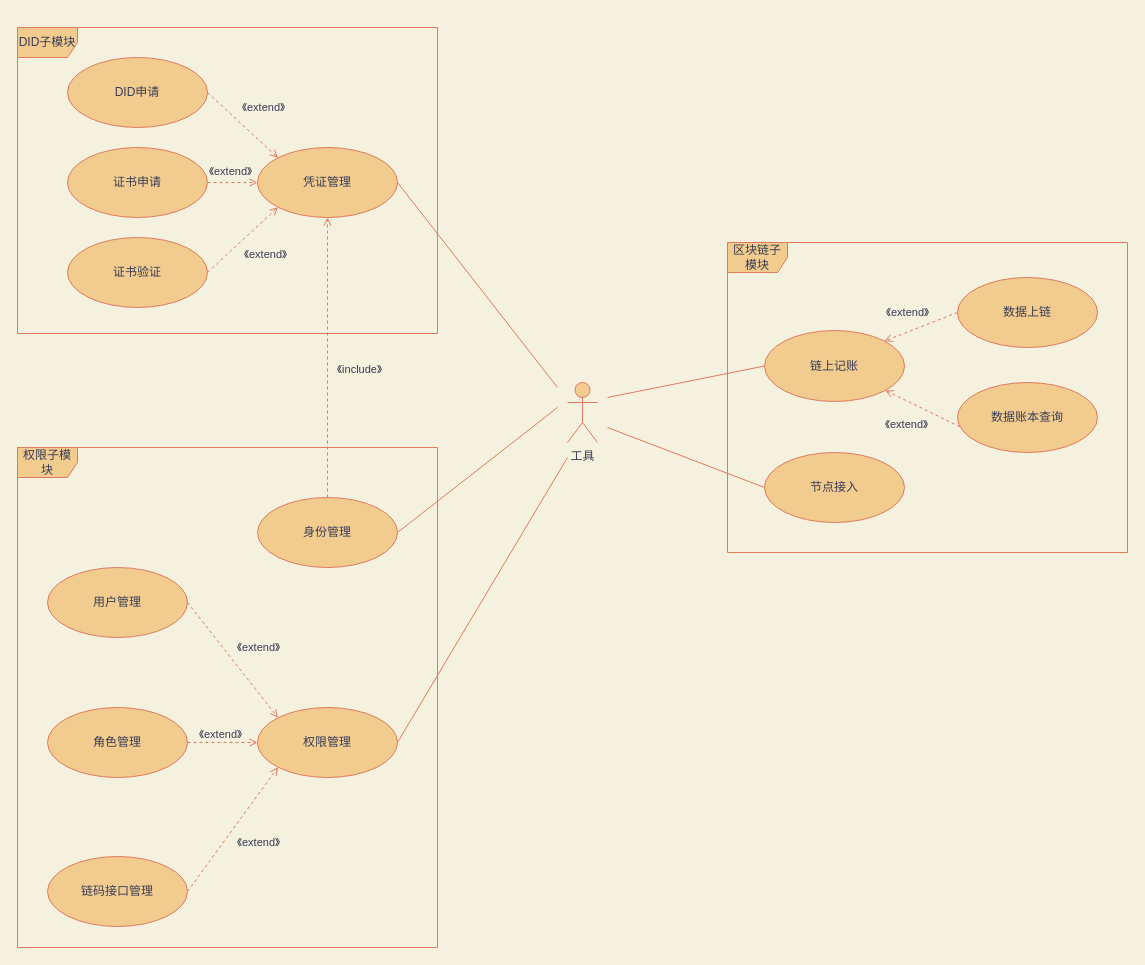
This is 用例图.drawio from doubleBeans/doubleBeans, a draw.io file, before an edit. Source tidied: cells renumbered, new cells numbered last; positions are measured from the earlier drawing's top-left corner, leaving out a move shared by most shapes. Both pictures are drawn from the tidied source at 100%, with x=0, y=0 at pixel (17, 27).
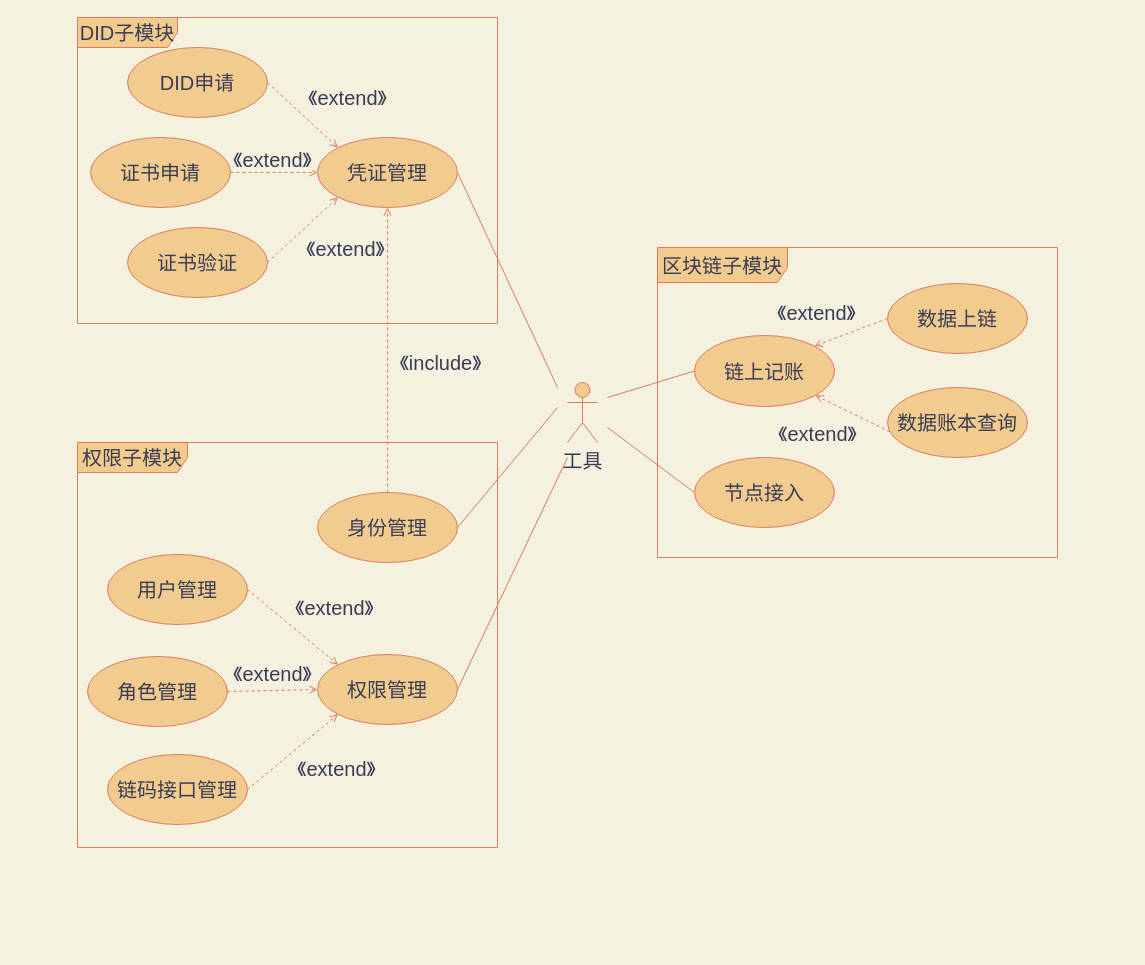
After the change.

Change to the diagram source:
```diff
@@
-    <mxCell id="2" value="DID子模块" style="shape=umlFrame;whiteSpace=wrap;html=1;fillColor=#F2CC8F;strokeColor=#E07A5F;fontColor=#393C56;" parent="1" vertex="1">
-      <mxGeometry width="420" height="306" as="geometry" />
+    <mxCell id="2" value="DID子模块" style="shape=umlFrame;whiteSpace=wrap;html=1;fillColor=#F2CC8F;strokeColor=#E07A5F;fontColor=#393C56;fontSize=20;width=100;height=30;" parent="1" vertex="1">
+      <mxGeometry x="60" y="-10" width="420" height="306" as="geometry" />
     </mxCell>
-    <mxCell id="3" value="DID申请" style="ellipse;whiteSpace=wrap;html=1;fillColor=#F2CC8F;strokeColor=#E07A5F;fontColor=#393C56;" parent="1" vertex="1">
-      <mxGeometry x="50" y="30" width="140" height="70" as="geometry" />
+    <mxCell id="3" value="DID申请" style="ellipse;whiteSpace=wrap;html=1;fillColor=#F2CC8F;strokeColor=#E07A5F;fontColor=#393C56;fontSize=20;" parent="1" vertex="1">
+      <mxGeometry x="110" y="20" width="140" height="70" as="geometry" />
     </mxCell>
-    <mxCell id="4" value="证书验证" style="ellipse;whiteSpace=wrap;html=1;fillColor=#F2CC8F;strokeColor=#E07A5F;fontColor=#393C56;" parent="1" vertex="1">
-      <mxGeometry x="50" y="210" width="140" height="70" as="geometry" />
+    <mxCell id="4" value="证书验证" style="ellipse;whiteSpace=wrap;html=1;fillColor=#F2CC8F;strokeColor=#E07A5F;fontColor=#393C56;fontSize=20;" parent="1" vertex="1">
+      <mxGeometry x="110" y="200" width="140" height="70" as="geometry" />
     </mxCell>
-    <mxCell id="5" style="endArrow=open;html=1;rounded=0;dashed=1;exitX=1;exitY=0.5;exitDx=0;exitDy=0;endFill=0;labelBackgroundColor=#F4F1DE;strokeColor=#E07A5F;fontColor=#393C56;" parent="1" edge="1" source="35" target="36">
+    <mxCell id="5" style="endArrow=open;html=1;rounded=0;dashed=1;exitX=1;exitY=0.5;exitDx=0;exitDy=0;endFill=0;labelBackgroundColor=#F4F1DE;strokeColor=#E07A5F;fontColor=#393C56;fontSize=20;" parent="1" edge="1" source="35" target="36">
       <mxGeometry relative="1" as="geometry" />
     </mxCell>
-    <mxCell id="6" value="《extend》" style="edgeLabel;html=1;align=center;verticalAlign=middle;labelBackgroundColor=#F4F1DE;fontColor=#393C56;" parent="5" vertex="1">
+    <mxCell id="6" value="《extend》" style="edgeLabel;html=1;align=center;verticalAlign=middle;labelBackgroundColor=#F4F1DE;fontColor=#393C56;fontSize=20;" parent="5" vertex="1">
       <mxGeometry x="-0.48" y="1" relative="1" as="geometry">
-        <mxPoint x="9" y="-11" as="offset" />
+        <mxPoint x="18" y="-13" as="offset" />
       </mxGeometry>
     </mxCell>
-    <mxCell id="7" value="权限子模块" style="shape=umlFrame;whiteSpace=wrap;html=1;fillColor=#F2CC8F;strokeColor=#E07A5F;fontColor=#393C56;" parent="1" vertex="1">
-      <mxGeometry y="420" width="420" height="500" as="geometry" />
+    <mxCell id="7" value="权限子模块" style="shape=umlFrame;whiteSpace=wrap;html=1;fillColor=#F2CC8F;strokeColor=#E07A5F;fontColor=#393C56;fontSize=20;width=110;height=30;" parent="1" vertex="1">
+      <mxGeometry x="60" y="415" width="420" height="405" as="geometry" />
     </mxCell>
-    <mxCell id="8" value="身份管理" style="ellipse;whiteSpace=wrap;html=1;fillColor=#F2CC8F;strokeColor=#E07A5F;fontColor=#393C56;" parent="1" vertex="1">
-      <mxGeometry x="240" y="470" width="140" height="70" as="geometry" />
+    <mxCell id="8" value="身份管理" style="ellipse;whiteSpace=wrap;html=1;fillColor=#F2CC8F;strokeColor=#E07A5F;fontColor=#393C56;fontSize=20;" parent="1" vertex="1">
+      <mxGeometry x="300" y="465" width="140" height="70" as="geometry" />
     </mxCell>
-    <mxCell id="9" value="权限管理" style="ellipse;whiteSpace=wrap;html=1;fillColor=#F2CC8F;strokeColor=#E07A5F;fontColor=#393C56;" parent="1" vertex="1">
-      <mxGeometry x="240" y="680" width="140" height="70" as="geometry" />
-    </mxCell>
-    <mxCell id="10" value="工具" style="shape=umlActor;verticalLabelPosition=bottom;verticalAlign=top;html=1;fillColor=#F2CC8F;strokeColor=#E07A5F;fontColor=#393C56;" parent="1" vertex="1">
+    <mxCell id="10" value="工具" style="shape=umlActor;verticalLabelPosition=bottom;verticalAlign=top;html=1;fillColor=#F2CC8F;strokeColor=#E07A5F;fontColor=#393C56;fontSize=20;" parent="1" vertex="1">
       <mxGeometry x="550" y="355" width="30" height="60" as="geometry" />
     </mxCell>
-    <mxCell id="11" value="区块链子模块" style="shape=umlFrame;whiteSpace=wrap;html=1;fillColor=#F2CC8F;strokeColor=#E07A5F;fontColor=#393C56;" parent="1" vertex="1">
-      <mxGeometry x="710" y="215" width="400" height="310" as="geometry" />
+    <mxCell id="11" value="区块链子模块" style="shape=umlFrame;whiteSpace=wrap;html=1;fillColor=#F2CC8F;strokeColor=#E07A5F;fontColor=#393C56;fontSize=20;width=130;height=35;" parent="1" vertex="1">
+      <mxGeometry x="640" y="220" width="400" height="310" as="geometry" />
     </mxCell>
-    <mxCell id="12" value="链上记账" style="ellipse;whiteSpace=wrap;html=1;fillColor=#F2CC8F;strokeColor=#E07A5F;fontColor=#393C56;" parent="1" vertex="1">
-      <mxGeometry x="747" y="303" width="140" height="71" as="geometry" />
+    <mxCell id="12" value="链上记账" style="ellipse;whiteSpace=wrap;html=1;fillColor=#F2CC8F;strokeColor=#E07A5F;fontColor=#393C56;fontSize=20;" parent="1" vertex="1">
+      <mxGeometry x="677" y="308" width="140" height="71" as="geometry" />
     </mxCell>
-    <mxCell id="13" value="节点接入" style="ellipse;whiteSpace=wrap;html=1;fillColor=#F2CC8F;strokeColor=#E07A5F;fontColor=#393C56;" parent="1" vertex="1">
-      <mxGeometry x="747" y="425" width="140" height="70" as="geometry" />
+    <mxCell id="13" value="节点接入" style="ellipse;whiteSpace=wrap;html=1;fillColor=#F2CC8F;strokeColor=#E07A5F;fontColor=#393C56;fontSize=20;" parent="1" vertex="1">
+      <mxGeometry x="677" y="430" width="140" height="70" as="geometry" />
     </mxCell>
-    <mxCell id="14" value="数据上链" style="ellipse;whiteSpace=wrap;html=1;fillColor=#F2CC8F;strokeColor=#E07A5F;fontColor=#393C56;" parent="1" vertex="1">
-      <mxGeometry x="940" y="250" width="140" height="70" as="geometry" />
+    <mxCell id="14" value="数据上链" style="ellipse;whiteSpace=wrap;html=1;fillColor=#F2CC8F;strokeColor=#E07A5F;fontColor=#393C56;fontSize=20;" parent="1" vertex="1">
+      <mxGeometry x="870" y="256" width="140" height="70" as="geometry" />
     </mxCell>
-    <mxCell id="15" value="数据账本查询" style="ellipse;whiteSpace=wrap;html=1;fillColor=#F2CC8F;strokeColor=#E07A5F;fontColor=#393C56;" parent="1" vertex="1">
-      <mxGeometry x="940" y="355" width="140" height="70" as="geometry" />
+    <mxCell id="15" value="数据账本查询" style="ellipse;whiteSpace=wrap;html=1;fillColor=#F2CC8F;strokeColor=#E07A5F;fontColor=#393C56;fontSize=20;" parent="1" vertex="1">
+      <mxGeometry x="870" y="360" width="140" height="70" as="geometry" />
     </mxCell>
-    <mxCell id="16" style="endArrow=open;html=1;rounded=0;dashed=1;exitX=0;exitY=0.5;exitDx=0;exitDy=0;entryX=1;entryY=0;entryDx=0;entryDy=0;endFill=0;labelBackgroundColor=#F4F1DE;strokeColor=#E07A5F;fontColor=#393C56;" parent="1" edge="1" source="14" target="12">
+    <mxCell id="16" style="endArrow=open;html=1;rounded=0;dashed=1;exitX=0;exitY=0.5;exitDx=0;exitDy=0;entryX=1;entryY=0;entryDx=0;entryDy=0;endFill=0;labelBackgroundColor=#F4F1DE;strokeColor=#E07A5F;fontColor=#393C56;fontSize=20;" parent="1" edge="1" source="14" target="12">
       <mxGeometry relative="1" as="geometry" />
     </mxCell>
-    <mxCell id="17" value="《extend》" style="edgeLabel;html=1;align=center;verticalAlign=middle;labelBackgroundColor=#F4F1DE;fontColor=#393C56;" parent="16" vertex="1">
+    <mxCell id="17" value="《extend》" style="edgeLabel;html=1;align=center;verticalAlign=middle;labelBackgroundColor=#F4F1DE;fontColor=#393C56;fontSize=20;" parent="16" vertex="1">
       <mxGeometry x="-0.37" y="1" relative="1" as="geometry">
-        <mxPoint x="-28" y="-11" as="offset" />
+        <mxPoint x="-48" y="-16" as="offset" />
       </mxGeometry>
     </mxCell>
-    <mxCell id="18" style="endArrow=open;html=1;rounded=0;dashed=1;exitX=0.017;exitY=0.633;exitDx=0;exitDy=0;exitPerimeter=0;endFill=0;labelBackgroundColor=#F4F1DE;strokeColor=#E07A5F;fontColor=#393C56;" parent="1" edge="1" source="15" target="12">
+    <mxCell id="18" style="endArrow=open;html=1;rounded=0;dashed=1;exitX=0.017;exitY=0.633;exitDx=0;exitDy=0;exitPerimeter=0;endFill=0;labelBackgroundColor=#F4F1DE;strokeColor=#E07A5F;fontColor=#393C56;fontSize=20;" parent="1" edge="1" source="15" target="12">
       <mxGeometry relative="1" as="geometry" />
     </mxCell>
-    <mxCell id="19" value="《extend》" style="edgeLabel;html=1;align=center;verticalAlign=middle;labelBackgroundColor=#F4F1DE;fontColor=#393C56;" parent="18" vertex="1">
+    <mxCell id="19" value="《extend》" style="edgeLabel;html=1;align=center;verticalAlign=middle;labelBackgroundColor=#F4F1DE;fontColor=#393C56;fontSize=20;" parent="18" vertex="1">
       <mxGeometry x="-0.42" y="3" relative="1" as="geometry">
-        <mxPoint x="-31" y="5" as="offset" />
+        <mxPoint x="-50" y="9" as="offset" />
       </mxGeometry>
     </mxCell>
-    <mxCell id="20" style="endArrow=none;html=1;rounded=0;entryX=0;entryY=0.5;entryDx=0;entryDy=0;labelBackgroundColor=#F4F1DE;strokeColor=#E07A5F;fontColor=#393C56;" parent="1" edge="1" target="12">
+    <mxCell id="20" style="endArrow=none;html=1;rounded=0;entryX=0;entryY=0.5;entryDx=0;entryDy=0;labelBackgroundColor=#F4F1DE;strokeColor=#E07A5F;fontColor=#393C56;fontSize=20;" parent="1" edge="1" target="12">
       <mxGeometry relative="1" as="geometry">
         <mxPoint x="590" y="370" as="sourcePoint" />
       </mxGeometry>
     </mxCell>
-    <mxCell id="21" style="endArrow=none;html=1;rounded=0;entryX=0;entryY=0.5;entryDx=0;entryDy=0;labelBackgroundColor=#F4F1DE;strokeColor=#E07A5F;fontColor=#393C56;" parent="1" edge="1" target="13">
+    <mxCell id="21" style="endArrow=none;html=1;rounded=0;entryX=0;entryY=0.5;entryDx=0;entryDy=0;labelBackgroundColor=#F4F1DE;strokeColor=#E07A5F;fontColor=#393C56;fontSize=20;" parent="1" edge="1" target="13">
       <mxGeometry relative="1" as="geometry">
         <mxPoint x="590" y="400" as="sourcePoint" />
       </mxGeometry>
     </mxCell>
-    <mxCell id="22" style="endArrow=none;html=1;rounded=0;exitX=1;exitY=0.5;exitDx=0;exitDy=0;labelBackgroundColor=#F4F1DE;strokeColor=#E07A5F;fontColor=#393C56;" parent="1" edge="1" source="36">
+    <mxCell id="22" style="endArrow=none;html=1;rounded=0;exitX=1;exitY=0.5;exitDx=0;exitDy=0;labelBackgroundColor=#F4F1DE;strokeColor=#E07A5F;fontColor=#393C56;fontSize=20;" parent="1" edge="1" source="36">
       <mxGeometry relative="1" as="geometry">
         <mxPoint x="540" y="360" as="targetPoint" />
       </mxGeometry>
     </mxCell>
-    <mxCell id="23" style="endArrow=none;html=1;rounded=0;exitX=1;exitY=0.5;exitDx=0;exitDy=0;labelBackgroundColor=#F4F1DE;strokeColor=#E07A5F;fontColor=#393C56;" parent="1" edge="1" source="8">
+    <mxCell id="23" style="endArrow=none;html=1;rounded=0;exitX=1;exitY=0.5;exitDx=0;exitDy=0;labelBackgroundColor=#F4F1DE;strokeColor=#E07A5F;fontColor=#393C56;fontSize=20;" parent="1" edge="1" source="8">
       <mxGeometry relative="1" as="geometry">
         <mxPoint x="540" y="380" as="targetPoint" />
       </mxGeometry>
     </mxCell>
-    <mxCell id="24" style="endArrow=none;html=1;rounded=0;exitX=1;exitY=0.5;exitDx=0;exitDy=0;labelBackgroundColor=#F4F1DE;strokeColor=#E07A5F;fontColor=#393C56;" parent="1" edge="1" source="9">
+    <mxCell id="24" style="endArrow=none;html=1;rounded=0;exitX=1;exitY=0.5;exitDx=0;exitDy=0;labelBackgroundColor=#F4F1DE;strokeColor=#E07A5F;fontColor=#393C56;fontSize=20;" parent="1" edge="1" source="9">
       <mxGeometry relative="1" as="geometry">
         <mxPoint x="550" y="430" as="targetPoint" />
       </mxGeometry>
     </mxCell>
+    <mxCell id="27" value="用户管理" style="ellipse;whiteSpace=wrap;html=1;fillColor=#F2CC8F;strokeColor=#E07A5F;fontColor=#393C56;fontSize=20;" parent="1" vertex="1">
+      <mxGeometry x="90" y="527" width="140" height="70" as="geometry" />
+    </mxCell>
+    <mxCell id="33" style="endArrow=open;html=1;rounded=0;dashed=1;exitX=1;exitY=0.5;exitDx=0;exitDy=0;entryX=0;entryY=1;entryDx=0;entryDy=0;endFill=0;labelBackgroundColor=#F4F1DE;strokeColor=#E07A5F;fontColor=#393C56;fontSize=20;" parent="1" edge="1" source="41" target="9">
+      <mxGeometry relative="1" as="geometry" />
+    </mxCell>
+    <mxCell id="34" value="《extend》" style="edgeLabel;html=1;align=center;verticalAlign=middle;labelBackgroundColor=#F4F1DE;fontColor=#393C56;fontSize=20;" parent="33" vertex="1">
+      <mxGeometry x="-0.56" y="-1" relative="1" as="geometry">
+        <mxPoint x="68" y="-6" as="offset" />
+      </mxGeometry>
+    </mxCell>
+    <mxCell id="35" value="证书申请" style="ellipse;whiteSpace=wrap;html=1;fillColor=#F2CC8F;strokeColor=#E07A5F;fontColor=#393C56;fontSize=20;" parent="1" vertex="1">
+      <mxGeometry x="73" y="110" width="140" height="70" as="geometry" />
+    </mxCell>
+    <mxCell id="36" value="凭证管理" style="ellipse;whiteSpace=wrap;html=1;fillColor=#F2CC8F;strokeColor=#E07A5F;fontColor=#393C56;fontSize=20;" parent="1" vertex="1">
+      <mxGeometry x="300" y="110" width="140" height="70" as="geometry" />
+    </mxCell>
+    <mxCell id="39" style="endArrow=open;html=1;rounded=0;dashed=1;exitX=1;exitY=0.5;exitDx=0;exitDy=0;entryX=0;entryY=1;entryDx=0;entryDy=0;endFill=0;labelBackgroundColor=#F4F1DE;strokeColor=#E07A5F;fontColor=#393C56;fontSize=20;" parent="1" edge="1" source="4" target="36">
+      <mxGeometry relative="1" as="geometry" />
+    </mxCell>
+    <mxCell id="40" value="《extend》" style="edgeLabel;html=1;align=center;verticalAlign=middle;labelBackgroundColor=#F4F1DE;fontColor=#393C56;fontSize=20;" parent="39" vertex="1">
+      <mxGeometry x="0.29" y="1" relative="1" as="geometry">
+        <mxPoint x="33" y="28" as="offset" />
+      </mxGeometry>
+    </mxCell>
+    <mxCell id="41" value="链码接口管理" style="ellipse;whiteSpace=wrap;html=1;fillColor=#F2CC8F;strokeColor=#E07A5F;fontColor=#393C56;fontSize=20;" parent="1" vertex="1">
+      <mxGeometry x="90" y="727" width="140" height="70" as="geometry" />
+    </mxCell>
+    <mxCell id="37" style="endArrow=open;html=1;rounded=0;dashed=1;exitX=1;exitY=0.5;exitDx=0;exitDy=0;entryX=0;entryY=0;entryDx=0;entryDy=0;endFill=0;labelBackgroundColor=#F4F1DE;strokeColor=#E07A5F;fontColor=#393C56;fontSize=20;" parent="1" edge="1" source="3" target="36">
+      <mxGeometry relative="1" as="geometry" />
+    </mxCell>
+    <mxCell id="38" value="《extend》" style="edgeLabel;html=1;align=center;verticalAlign=middle;labelBackgroundColor=#F4F1DE;fontColor=#393C56;fontSize=20;" parent="37" vertex="1">
+      <mxGeometry x="-0.57" y="2" relative="1" as="geometry">
+        <mxPoint x="63" y="2" as="offset" />
+      </mxGeometry>
+    </mxCell>
-    <mxCell id="25" style="endArrow=open;html=1;rounded=0;exitX=0.5;exitY=0;exitDx=0;exitDy=0;entryX=0.5;entryY=1;entryDx=0;entryDy=0;endFill=0;dashed=1;labelBackgroundColor=#F4F1DE;strokeColor=#E07A5F;fontColor=#393C56;" parent="1" edge="1" source="8" target="36">
+    <mxCell id="25" style="endArrow=open;html=1;rounded=0;exitX=0.5;exitY=0;exitDx=0;exitDy=0;entryX=0.5;entryY=1;entryDx=0;entryDy=0;endFill=0;dashed=1;labelBackgroundColor=#F4F1DE;strokeColor=#E07A5F;fontColor=#393C56;fontSize=20;" parent="1" edge="1" source="8" target="36">
       <mxGeometry relative="1" as="geometry" />
     </mxCell>
-    <mxCell id="26" value="《include》" style="edgeLabel;html=1;align=center;verticalAlign=middle;labelBackgroundColor=#F4F1DE;fontColor=#393C56;" parent="25" vertex="1">
+    <mxCell id="26" value="《include》" style="edgeLabel;html=1;align=center;verticalAlign=middle;labelBackgroundColor=#F4F1DE;fontColor=#393C56;fontSize=20;" parent="25" vertex="1">
       <mxGeometry x="-0.35" y="2" relative="1" as="geometry">
-        <mxPoint x="33" y="-38" as="offset" />
+        <mxPoint x="54" y="-38" as="offset" />
       </mxGeometry>
     </mxCell>
-    <mxCell id="27" value="用户管理" style="ellipse;whiteSpace=wrap;html=1;fillColor=#F2CC8F;strokeColor=#E07A5F;fontColor=#393C56;" parent="1" vertex="1">
-      <mxGeometry x="30" y="540" width="140" height="70" as="geometry" />
-    </mxCell>
-    <mxCell id="28" value="角色管理" style="ellipse;whiteSpace=wrap;html=1;fillColor=#F2CC8F;strokeColor=#E07A5F;fontColor=#393C56;" parent="1" vertex="1">
-      <mxGeometry x="30" y="680" width="140" height="70" as="geometry" />
-    </mxCell>
-    <mxCell id="29" style="endArrow=open;html=1;rounded=0;dashed=1;exitX=1;exitY=0.5;exitDx=0;exitDy=0;endFill=0;entryX=0;entryY=0;entryDx=0;entryDy=0;labelBackgroundColor=#F4F1DE;strokeColor=#E07A5F;fontColor=#393C56;" parent="1" edge="1" source="27" target="9">
+    <mxCell id="29" style="endArrow=open;html=1;rounded=0;dashed=1;exitX=1;exitY=0.5;exitDx=0;exitDy=0;endFill=0;entryX=0;entryY=0;entryDx=0;entryDy=0;labelBackgroundColor=#F4F1DE;strokeColor=#E07A5F;fontColor=#393C56;fontSize=20;" parent="1" edge="1" source="27" target="9">
       <mxGeometry relative="1" as="geometry" />
     </mxCell>
-    <mxCell id="30" value="《extend》" style="edgeLabel;html=1;align=center;verticalAlign=middle;labelBackgroundColor=#F4F1DE;fontColor=#393C56;" parent="29" vertex="1">
+    <mxCell id="30" value="《extend》" style="edgeLabel;html=1;align=center;verticalAlign=middle;labelBackgroundColor=#F4F1DE;fontColor=#393C56;fontSize=20;" parent="29" vertex="1">
       <mxGeometry x="-0.55" relative="1" as="geometry">
-        <mxPoint x="50" y="19" as="offset" />
+        <mxPoint x="67" y="1" as="offset" />
       </mxGeometry>
     </mxCell>
-    <mxCell id="31" style="endArrow=open;html=1;rounded=0;dashed=1;exitX=1;exitY=0.5;exitDx=0;exitDy=0;entryX=0;entryY=0.5;entryDx=0;entryDy=0;endFill=0;labelBackgroundColor=#F4F1DE;strokeColor=#E07A5F;fontColor=#393C56;" parent="1" edge="1" source="28" target="9">
+    <mxCell id="31" style="endArrow=open;html=1;rounded=0;dashed=1;exitX=1;exitY=0.5;exitDx=0;exitDy=0;entryX=0;entryY=0.5;entryDx=0;entryDy=0;endFill=0;labelBackgroundColor=#F4F1DE;strokeColor=#E07A5F;fontColor=#393C56;fontSize=20;" parent="1" edge="1" source="28" target="9">
       <mxGeometry relative="1" as="geometry" />
     </mxCell>
-    <mxCell id="32" value="《extend》" style="edgeLabel;html=1;align=center;verticalAlign=middle;labelBackgroundColor=#F4F1DE;fontColor=#393C56;" parent="31" vertex="1">
+    <mxCell id="32" value="《extend》" style="edgeLabel;html=1;align=center;verticalAlign=middle;labelBackgroundColor=#F4F1DE;fontColor=#393C56;fontSize=20;" parent="31" vertex="1">
       <mxGeometry x="-0.62" y="-2" relative="1" as="geometry">
-        <mxPoint x="19" y="-11" as="offset" />
+        <mxPoint x="27" y="-20" as="offset" />
       </mxGeometry>
     </mxCell>
-    <mxCell id="33" style="endArrow=open;html=1;rounded=0;dashed=1;exitX=1;exitY=0.5;exitDx=0;exitDy=0;entryX=0;entryY=1;entryDx=0;entryDy=0;endFill=0;labelBackgroundColor=#F4F1DE;strokeColor=#E07A5F;fontColor=#393C56;" parent="1" edge="1" source="41" target="9">
-      <mxGeometry relative="1" as="geometry" />
-    </mxCell>
-    <mxCell id="34" value="《extend》" style="edgeLabel;html=1;align=center;verticalAlign=middle;labelBackgroundColor=#F4F1DE;fontColor=#393C56;" parent="33" vertex="1">
-      <mxGeometry x="-0.56" y="-1" relative="1" as="geometry">
-        <mxPoint x="50" y="-23" as="offset" />
-      </mxGeometry>
-    </mxCell>
-    <mxCell id="35" value="证书申请" style="ellipse;whiteSpace=wrap;html=1;fillColor=#F2CC8F;strokeColor=#E07A5F;fontColor=#393C56;" parent="1" vertex="1">
-      <mxGeometry x="50" y="120" width="140" height="70" as="geometry" />
-    </mxCell>
-    <mxCell id="36" value="凭证管理" style="ellipse;whiteSpace=wrap;html=1;fillColor=#F2CC8F;strokeColor=#E07A5F;fontColor=#393C56;" parent="1" vertex="1">
-      <mxGeometry x="240" y="120" width="140" height="70" as="geometry" />
-    </mxCell>
-    <mxCell id="37" style="endArrow=open;html=1;rounded=0;dashed=1;exitX=1;exitY=0.5;exitDx=0;exitDy=0;entryX=0;entryY=0;entryDx=0;entryDy=0;endFill=0;labelBackgroundColor=#F4F1DE;strokeColor=#E07A5F;fontColor=#393C56;" parent="1" edge="1" source="3" target="36">
-      <mxGeometry relative="1" as="geometry" />
-    </mxCell>
-    <mxCell id="38" value="《extend》" style="edgeLabel;html=1;align=center;verticalAlign=middle;labelBackgroundColor=#F4F1DE;fontColor=#393C56;" parent="37" vertex="1">
-      <mxGeometry x="-0.57" y="2" relative="1" as="geometry">
-        <mxPoint x="39" y="2" as="offset" />
-      </mxGeometry>
-    </mxCell>
-    <mxCell id="39" style="endArrow=open;html=1;rounded=0;dashed=1;exitX=1;exitY=0.5;exitDx=0;exitDy=0;entryX=0;entryY=1;entryDx=0;entryDy=0;endFill=0;labelBackgroundColor=#F4F1DE;strokeColor=#E07A5F;fontColor=#393C56;" parent="1" edge="1" source="4" target="36">
-      <mxGeometry relative="1" as="geometry" />
-    </mxCell>
-    <mxCell id="40" value="《extend》" style="edgeLabel;html=1;align=center;verticalAlign=middle;labelBackgroundColor=#F4F1DE;fontColor=#393C56;" parent="39" vertex="1">
-      <mxGeometry x="0.29" y="1" relative="1" as="geometry">
-        <mxPoint x="13" y="24" as="offset" />
-      </mxGeometry>
-    </mxCell>
-    <mxCell id="41" value="链码接口管理" style="ellipse;whiteSpace=wrap;html=1;fillColor=#F2CC8F;strokeColor=#E07A5F;fontColor=#393C56;" parent="1" vertex="1">
-      <mxGeometry x="30" y="829" width="140" height="70" as="geometry" />
-    </mxCell>
+    <mxCell id="9" value="权限管理" style="ellipse;whiteSpace=wrap;html=1;fillColor=#F2CC8F;strokeColor=#E07A5F;fontColor=#393C56;fontSize=20;" parent="1" vertex="1">
+      <mxGeometry x="300" y="627" width="140" height="70" as="geometry" />
+    </mxCell>
+    <mxCell id="28" value="角色管理" style="ellipse;whiteSpace=wrap;html=1;fillColor=#F2CC8F;strokeColor=#E07A5F;fontColor=#393C56;fontSize=20;" parent="1" vertex="1">
+      <mxGeometry x="70" y="629" width="140" height="70" as="geometry" />
+    </mxCell>
```
